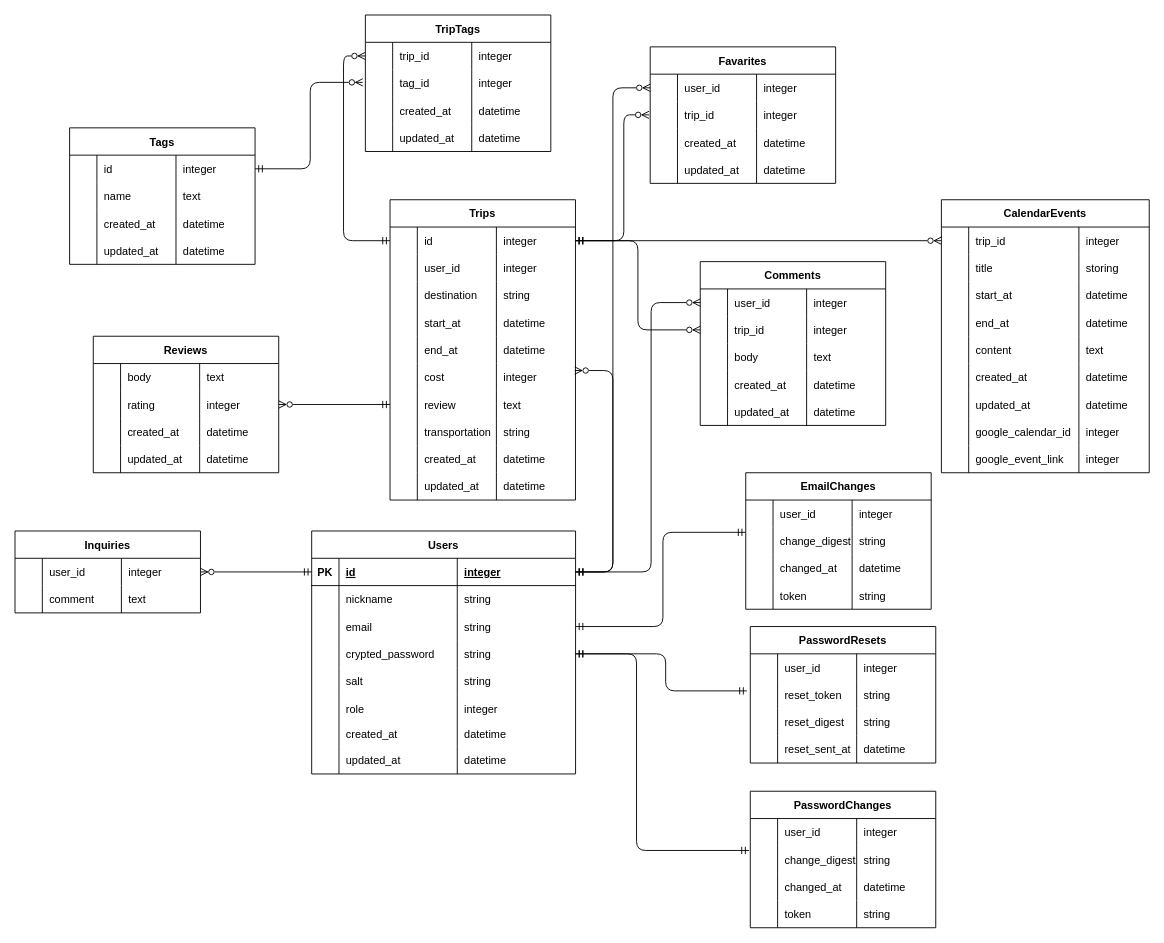
seki221/readme keeps this draw.io diagram as ER.dio. Above is the earlier version. Source tidied: cells renumbered, new cells numbered last; positions are measured from the earlier drawing's top-left corner, leaving out a move shared by most shapes. Both pictures are drawn from the tidied source at 91%, with x=0, y=0 at pixel (15, 15).
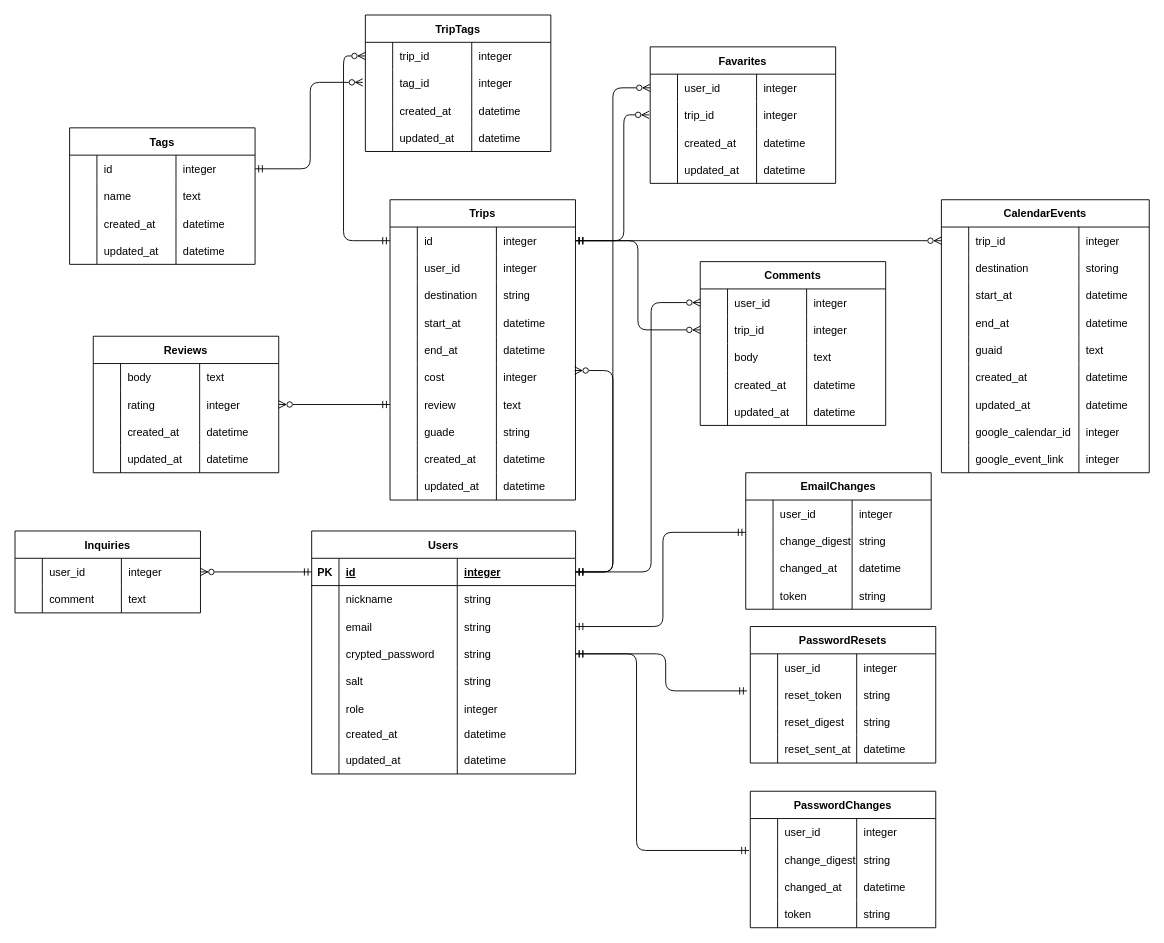
The same page after the edit.

Unchanged cells that the change refers to:
```xml
<mxCell id="64" style="shape=tableRow;horizontal=0;startSize=0;swimlaneHead=0;swimlaneBody=0;fillColor=none;top=0;left=0;right=0;bottom=0;" parent="35" vertex="1">
  <mxGeometry y="240" width="203.8" height="30" as="geometry" />
</mxCell>
<mxCell id="180" style="shape=tableRow;horizontal=0;startSize=0;swimlaneHead=0;swimlaneBody=0;fillColor=none;top=0;left=0;right=0;bottom=0;" parent="175" vertex="1">
  <mxGeometry y="60" width="228.4" height="30" as="geometry" />
</mxCell>
<mxCell id="192" style="shape=tableRow;horizontal=0;startSize=0;swimlaneHead=0;swimlaneBody=0;fillColor=none;top=0;left=0;right=0;bottom=0;" parent="175" vertex="1">
  <mxGeometry y="150" width="228.4" height="30" as="geometry" />
</mxCell>
```

Change to the diagram source:
```diff
@@
-    <mxCell id="66" value="transportation" style="shape=partialRectangle;fillColor=none;top=0;left=0;bottom=0;right=0;align=left;spacingLeft=6;overflow=hidden;" parent="64" vertex="1">
+    <mxCell id="66" value="guade" style="shape=partialRectangle;fillColor=none;top=0;left=0;bottom=0;right=0;align=left;spacingLeft=6;overflow=hidden;" parent="64" vertex="1">
       <mxGeometry x="30" width="86.9" height="30" as="geometry" />
     </mxCell>
@@
-    <mxCell id="182" value="title" style="shape=partialRectangle;fillColor=none;top=0;left=0;bottom=0;right=0;align=left;spacingLeft=6;overflow=hidden;" parent="180" vertex="1">
+    <mxCell id="182" value="destination" style="shape=partialRectangle;fillColor=none;top=0;left=0;bottom=0;right=0;align=left;spacingLeft=6;overflow=hidden;" parent="180" vertex="1">
       <mxGeometry x="30" width="121.1" height="30" as="geometry" />
     </mxCell>
@@
-    <mxCell id="194" value="content" style="shape=partialRectangle;fillColor=none;top=0;left=0;bottom=0;right=0;align=left;spacingLeft=6;overflow=hidden;" parent="192" vertex="1">
+    <mxCell id="194" value="guaid" style="shape=partialRectangle;fillColor=none;top=0;left=0;bottom=0;right=0;align=left;spacingLeft=6;overflow=hidden;" parent="192" vertex="1">
       <mxGeometry x="30" width="121.1" height="30" as="geometry" />
     </mxCell>
```
